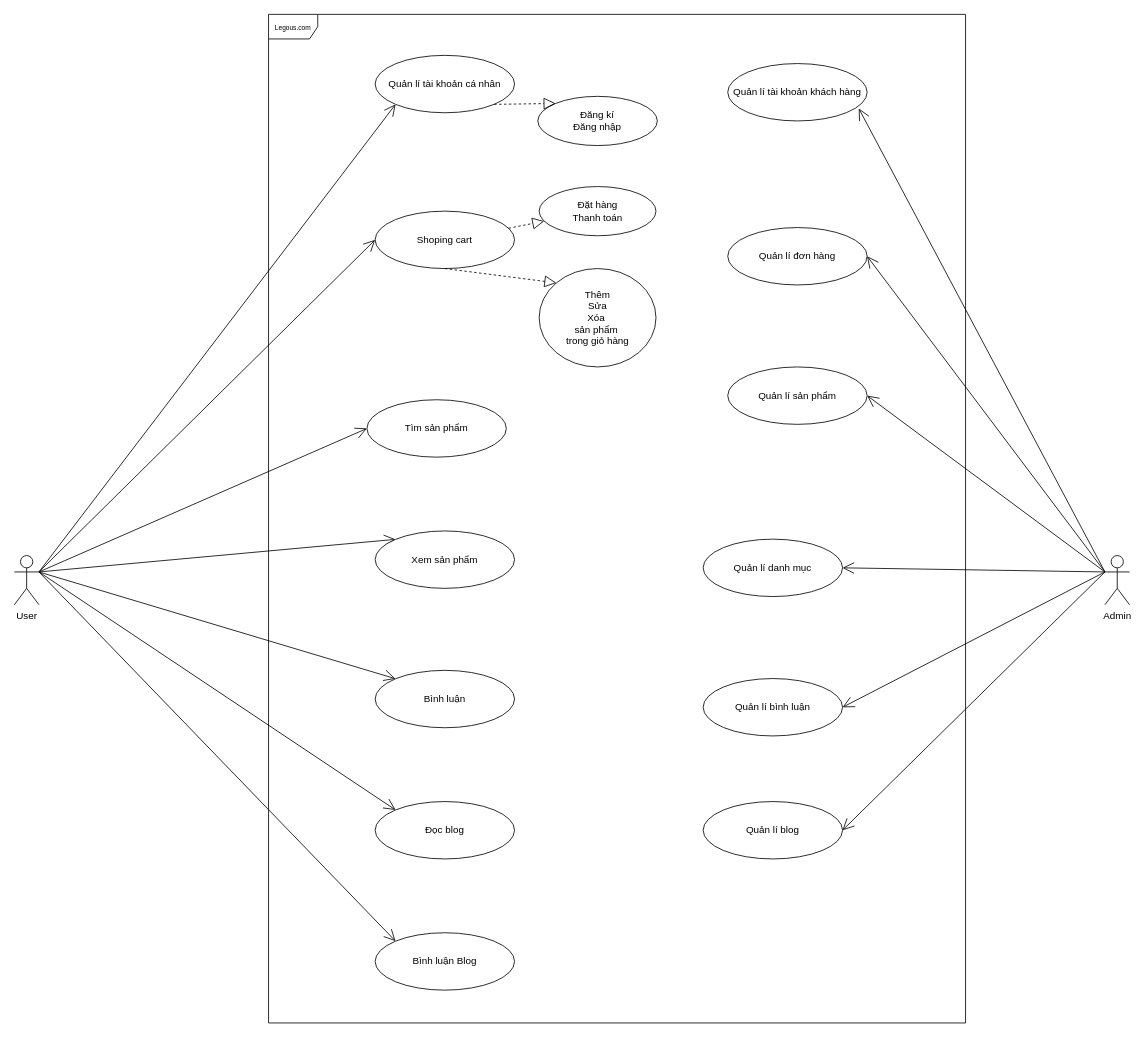
Before: page "UseCases" (3 of 3) of .vscode/LEGOUS_DIAGRAM.drawio in thanh8724/Legous, a draw.io diagram. Source tidied: cells renumbered, new cells numbered last; positions are measured from the earlier drawing's top-left corner, leaving out a move shared by most shapes. Both pictures are drawn from the tidied source at 82%, with x=0, y=0 at pixel (14, 14).
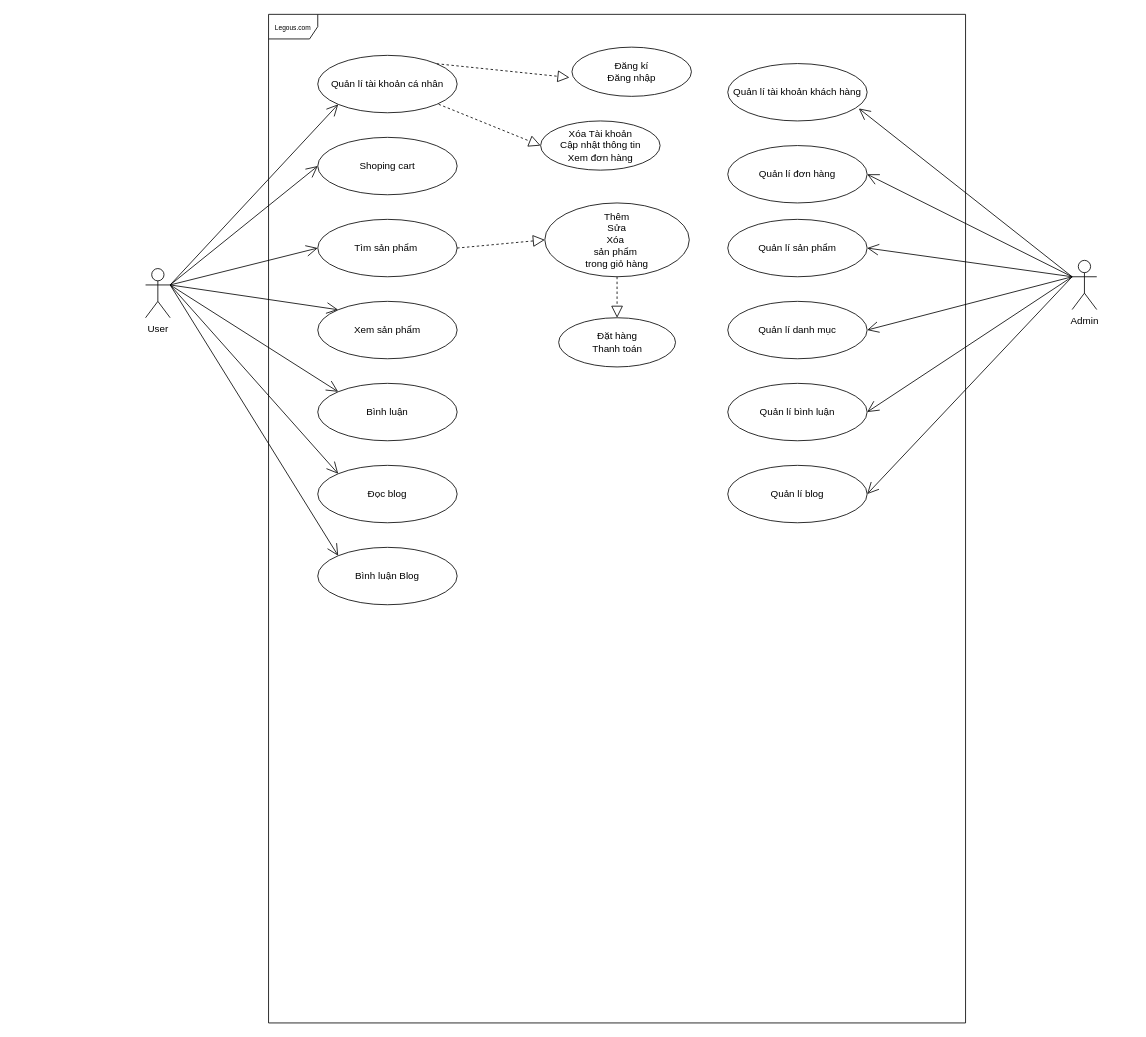
The same page after the edit.

Commit message (it also covers changes not shown here):
Cập nhật LEGOUS_DIAGRAM.drawio

Change to the diagram source:
```diff
@@
     <mxCell id="3" value="User" style="shape=umlActor;verticalLabelPosition=bottom;verticalAlign=top;html=1;" parent="1" vertex="1">
-      <mxGeometry y="660" width="30" height="60" as="geometry" />
+      <mxGeometry x="160" y="310" width="30" height="60" as="geometry" />
     </mxCell>
     <mxCell id="4" value="Admin" style="shape=umlActor;verticalLabelPosition=bottom;verticalAlign=top;html=1;" parent="1" vertex="1">
-      <mxGeometry x="1330" y="660" width="30" height="60" as="geometry" />
+      <mxGeometry x="1290" y="300" width="30" height="60" as="geometry" />
     </mxCell>
     <mxCell id="5" value="Quản lí tài khoản cá nhân" style="ellipse;whiteSpace=wrap;html=1;" parent="1" vertex="1">
-      <mxGeometry x="440" y="50" width="170" height="70" as="geometry" />
+      <mxGeometry x="370" y="50" width="170" height="70" as="geometry" />
     </mxCell>
@@
     <mxCell id="7" value="&lt;div&gt;Đăng kí&lt;/div&gt;&lt;div&gt;Đăng nhập&lt;br&gt;&lt;/div&gt;" style="ellipse;whiteSpace=wrap;html=1;" parent="1" vertex="1">
-      <mxGeometry x="638.4" y="100" width="145.7" height="60" as="geometry" />
+      <mxGeometry x="680" y="40" width="145.7" height="60" as="geometry" />
     </mxCell>
-    <mxCell id="8" style="endArrow=block;dashed=1;endFill=0;endSize=12;html=1;rounded=0;exitX=1;exitY=1;exitDx=0;exitDy=0;entryX=0;entryY=0;entryDx=0;entryDy=0;" parent="1" edge="1" source="5" target="7">
+    <mxCell id="8" style="endArrow=block;dashed=1;endFill=0;endSize=12;html=1;rounded=0;exitX=1;exitY=0;exitDx=0;exitDy=0;entryX=-0.021;entryY=0.617;entryDx=0;entryDy=0;entryPerimeter=0;" parent="1" edge="1" source="5" target="7">
       <mxGeometry relative="1" as="geometry" />
     </mxCell>
     <mxCell id="9" value="Shoping cart" style="ellipse;whiteSpace=wrap;html=1;" parent="1" vertex="1">
-      <mxGeometry x="440" y="240" width="170" height="70" as="geometry" />
+      <mxGeometry x="370" y="150" width="170" height="70" as="geometry" />
     </mxCell>
@@
-    <mxCell id="11" style="endArrow=block;dashed=1;endFill=0;endSize=12;html=1;rounded=0;entryX=0;entryY=0;entryDx=0;entryDy=0;exitX=0.5;exitY=1;exitDx=0;exitDy=0;" parent="1" edge="1" source="9" target="12">
+    <mxCell id="11" style="endArrow=block;dashed=1;endFill=0;endSize=12;html=1;rounded=0;entryX=0;entryY=0.5;entryDx=0;entryDy=0;exitX=1;exitY=0.5;exitDx=0;exitDy=0;" parent="1" edge="1" source="15" target="12">
       <mxGeometry relative="1" as="geometry" />
     </mxCell>
     <mxCell id="12" value="&lt;div&gt;Thêm&lt;/div&gt;&lt;div&gt;Sửa &lt;br&gt;&lt;/div&gt;&lt;div&gt;Xóa&amp;nbsp;&lt;/div&gt;&lt;div&gt;sản phẩm&amp;nbsp;&lt;/div&gt;&lt;div&gt;trong giỏ hàng&lt;br&gt;&lt;/div&gt;" style="ellipse;whiteSpace=wrap;html=1;" parent="1" vertex="1">
-      <mxGeometry x="640" y="310" width="142.5" height="120" as="geometry" />
+      <mxGeometry x="646.9" y="230" width="176.2" height="90" as="geometry" />
     </mxCell>
     <mxCell id="13" value="&lt;div&gt;Đặt hàng&lt;/div&gt;&lt;div&gt;Thanh toán&lt;br&gt;&lt;/div&gt;" style="ellipse;whiteSpace=wrap;html=1;" parent="1" vertex="1">
-      <mxGeometry x="640" y="210" width="142.5" height="60" as="geometry" />
+      <mxGeometry x="663.8" y="370" width="142.5" height="60" as="geometry" />
     </mxCell>
-    <mxCell id="14" style="endArrow=block;dashed=1;endFill=0;endSize=12;html=1;rounded=0;" parent="1" edge="1" source="9" target="13">
+    <mxCell id="14" style="endArrow=block;dashed=1;endFill=0;endSize=12;html=1;rounded=0;exitX=0.5;exitY=1;exitDx=0;exitDy=0;" parent="1" edge="1" source="12" target="13">
       <mxGeometry relative="1" as="geometry" />
     </mxCell>
-    <mxCell id="15" value="Tìm sản phẩm" style="ellipse;whiteSpace=wrap;html=1;" parent="1" vertex="1">
-      <mxGeometry x="430" y="470" width="170" height="70" as="geometry" />
+    <mxCell id="15" value="Tìm sản phẩm&amp;nbsp;" style="ellipse;whiteSpace=wrap;html=1;" parent="1" vertex="1">
+      <mxGeometry x="370" y="250" width="170" height="70" as="geometry" />
     </mxCell>
@@
     <mxCell id="18" value="Xem sản phẩm" style="ellipse;whiteSpace=wrap;html=1;" parent="1" vertex="1">
-      <mxGeometry x="440" y="630" width="170" height="70" as="geometry" />
+      <mxGeometry x="370" y="350" width="170" height="70" as="geometry" />
     </mxCell>
     <mxCell id="19" value="Bình luận" style="ellipse;whiteSpace=wrap;html=1;" parent="1" vertex="1">
-      <mxGeometry x="440" y="800" width="170" height="70" as="geometry" />
+      <mxGeometry x="370" y="450" width="170" height="70" as="geometry" />
     </mxCell>
@@
     <mxCell id="21" value="Đọc blog" style="ellipse;whiteSpace=wrap;html=1;" parent="1" vertex="1">
-      <mxGeometry x="440" y="960" width="170" height="70" as="geometry" />
+      <mxGeometry x="370" y="550" width="170" height="70" as="geometry" />
     </mxCell>
@@
     <mxCell id="23" value="Bình luận Blog" style="ellipse;whiteSpace=wrap;html=1;" parent="1" vertex="1">
-      <mxGeometry x="440" y="1120" width="170" height="70" as="geometry" />
+      <mxGeometry x="370" y="650" width="170" height="70" as="geometry" />
     </mxCell>
@@
     <mxCell id="28" value="Quản lí sản phẩm" style="ellipse;whiteSpace=wrap;html=1;" parent="1" vertex="1">
-      <mxGeometry x="870" y="430" width="170" height="70" as="geometry" />
+      <mxGeometry x="870" y="250" width="170" height="70" as="geometry" />
     </mxCell>
     <mxCell id="29" value="Quản lí đơn hàng" style="ellipse;whiteSpace=wrap;html=1;" parent="1" vertex="1">
-      <mxGeometry x="870" y="260" width="170" height="70" as="geometry" />
+      <mxGeometry x="870" y="160" width="170" height="70" as="geometry" />
     </mxCell>
@@
     <mxCell id="31" value="Quản lí danh mục " style="ellipse;whiteSpace=wrap;html=1;" parent="1" vertex="1">
-      <mxGeometry x="840" y="640" width="170" height="70" as="geometry" />
+      <mxGeometry x="870" y="350" width="170" height="70" as="geometry" />
     </mxCell>
@@
     <mxCell id="34" value="Quản lí bình luận" style="ellipse;whiteSpace=wrap;html=1;" parent="1" vertex="1">
-      <mxGeometry x="840" y="810" width="170" height="70" as="geometry" />
+      <mxGeometry x="870" y="450" width="170" height="70" as="geometry" />
     </mxCell>
     <mxCell id="35" value="Quản lí blog" style="ellipse;whiteSpace=wrap;html=1;" parent="1" vertex="1">
-      <mxGeometry x="840" y="960" width="170" height="70" as="geometry" />
+      <mxGeometry x="870" y="550" width="170" height="70" as="geometry" />
     </mxCell>
@@
+    <mxCell id="37" value="&lt;div&gt;Xóa Tài khoản&lt;/div&gt;&lt;div&gt;Cập nhật thông tin&lt;/div&gt;&lt;div&gt;Xem đơn hàng&lt;/div&gt;" style="ellipse;whiteSpace=wrap;html=1;" parent="1" vertex="1">
+      <mxGeometry x="641.8" y="130" width="145.7" height="60" as="geometry" />
+    </mxCell>
+    <mxCell id="38" style="endArrow=block;dashed=1;endFill=0;endSize=12;html=1;rounded=0;exitX=0.867;exitY=0.852;exitDx=0;exitDy=0;entryX=0;entryY=0.5;entryDx=0;entryDy=0;exitPerimeter=0;" parent="1" edge="1" source="5" target="37">
+      <mxGeometry relative="1" as="geometry" />
+    </mxCell>
```
